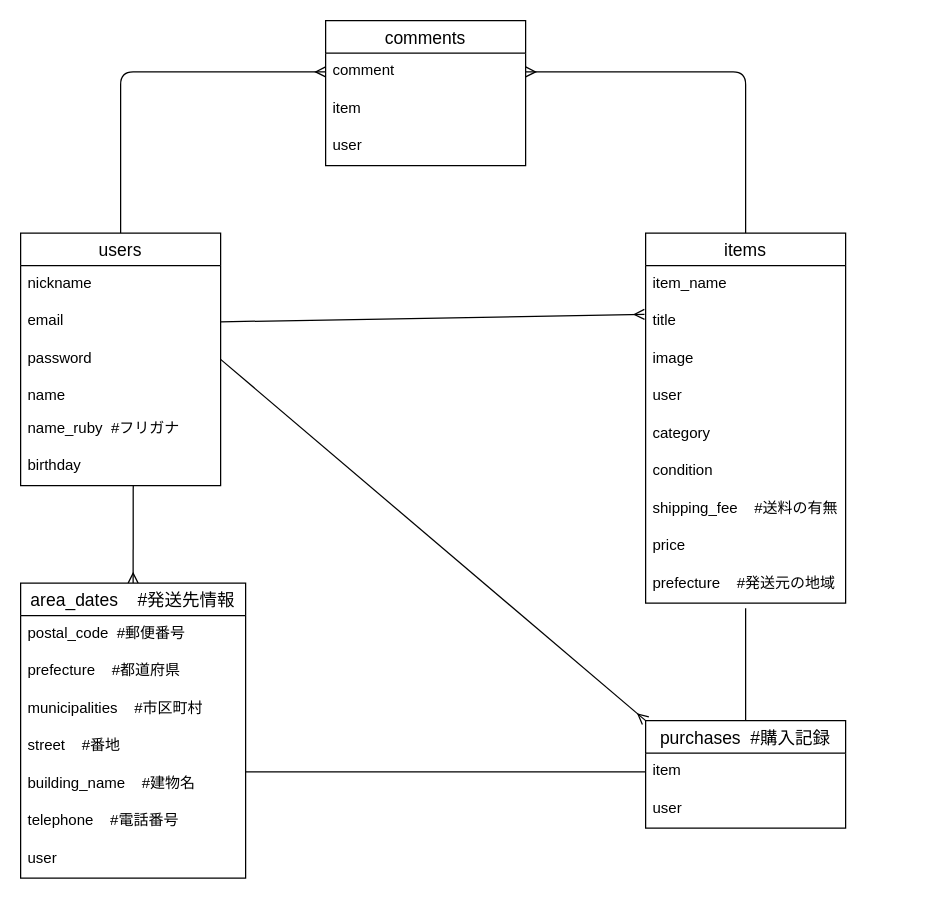
Before: furima.dio in KE1ok/furima-40602, a draw.io diagram. Source tidied: cells renumbered, new cells numbered last; positions are measured from the earlier drawing's top-left corner, leaving out a move shared by most shapes. Both pictures are drawn from the tidied source at 125%, with x=0, y=0 at pixel (20, 20).
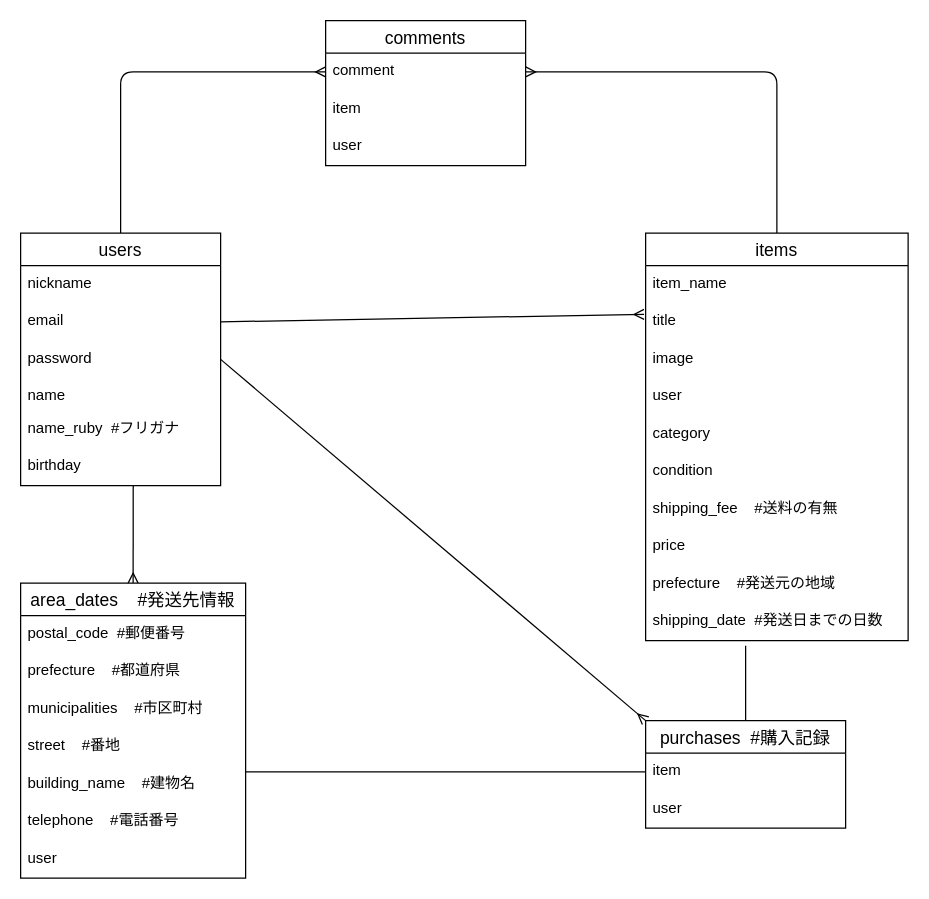
The same page after the edit.

Commit message (it also covers changes not shown here):
itemsテーブルカラムをActivehash用に変更

The change refers to these unchanged cells:
```xml
<mxCell id="26" value="purchases  #購入記録" style="swimlane;fontStyle=0;horizontal=1;startSize=26;align=center;fontSize=14;" parent="1" vertex="1">
  <mxGeometry x="500" y="560" width="160" height="86" as="geometry" />
</mxCell>
```

Diff of the diagram source:
```diff
@@
     <mxCell id="11" value="items" style="swimlane;fontStyle=0;horizontal=1;startSize=26;align=center;fontSize=14;" parent="1" vertex="1">
-      <mxGeometry x="500" y="170" width="160" height="296" as="geometry" />
+      <mxGeometry x="500" y="170" width="210" height="326" as="geometry" />
     </mxCell>
     <mxCell id="12" value="item_name" style="text;strokeColor=none;fillColor=none;spacingLeft=4;spacingRight=4;overflow=hidden;fontSize=12;" parent="11" vertex="1">
-      <mxGeometry y="26" width="160" height="30" as="geometry" />
+      <mxGeometry y="26" width="210" height="30" as="geometry" />
     </mxCell>
     <mxCell id="13" value="title" style="text;strokeColor=none;fillColor=none;spacingLeft=4;spacingRight=4;overflow=hidden;points=[[0,0.5],[1,0.5]];portConstraint=eastwest;fontSize=12;" parent="11" vertex="1">
-      <mxGeometry y="56" width="160" height="30" as="geometry" />
+      <mxGeometry y="56" width="210" height="30" as="geometry" />
     </mxCell>
     <mxCell id="14" value="image" style="text;strokeColor=none;fillColor=none;spacingLeft=4;spacingRight=4;overflow=hidden;fontSize=12;" parent="11" vertex="1">
-      <mxGeometry y="86" width="160" height="30" as="geometry" />
+      <mxGeometry y="86" width="210" height="30" as="geometry" />
     </mxCell>
     <mxCell id="15" value="user" style="text;strokeColor=none;fillColor=none;spacingLeft=4;spacingRight=4;overflow=hidden;fontSize=12;" parent="11" vertex="1">
-      <mxGeometry y="116" width="160" height="30" as="geometry" />
+      <mxGeometry y="116" width="210" height="30" as="geometry" />
     </mxCell>
     <mxCell id="16" value="category" style="text;strokeColor=none;fillColor=none;spacingLeft=4;spacingRight=4;overflow=hidden;fontSize=12;" parent="11" vertex="1">
-      <mxGeometry y="146" width="160" height="30" as="geometry" />
+      <mxGeometry y="146" width="210" height="30" as="geometry" />
     </mxCell>
     <mxCell id="17" value="condition" style="text;strokeColor=none;fillColor=none;spacingLeft=4;spacingRight=4;overflow=hidden;fontSize=12;" parent="11" vertex="1">
-      <mxGeometry y="176" width="160" height="30" as="geometry" />
+      <mxGeometry y="176" width="210" height="30" as="geometry" />
     </mxCell>
     <mxCell id="18" value="shipping_fee    #送料の有無" style="text;strokeColor=none;fillColor=none;spacingLeft=4;spacingRight=4;overflow=hidden;fontSize=12;" parent="11" vertex="1">
-      <mxGeometry y="206" width="160" height="30" as="geometry" />
+      <mxGeometry y="206" width="210" height="30" as="geometry" />
     </mxCell>
     <mxCell id="19" value="price" style="text;strokeColor=none;fillColor=none;spacingLeft=4;spacingRight=4;overflow=hidden;fontSize=12;" parent="11" vertex="1">
-      <mxGeometry y="236" width="160" height="30" as="geometry" />
+      <mxGeometry y="236" width="210" height="30" as="geometry" />
     </mxCell>
     <mxCell id="20" value="prefecture    #発送元の地域" style="text;strokeColor=none;fillColor=none;spacingLeft=4;spacingRight=4;overflow=hidden;fontSize=12;" parent="11" vertex="1">
-      <mxGeometry y="266" width="160" height="30" as="geometry" />
+      <mxGeometry y="266" width="210" height="30" as="geometry" />
     </mxCell>
+    <mxCell id="42" value="shipping_date  #発送日までの日数" style="text;strokeColor=none;fillColor=none;spacingLeft=4;spacingRight=4;overflow=hidden;fontSize=12;" parent="11" vertex="1">
+      <mxGeometry y="296" width="210" height="30" as="geometry" />
+    </mxCell>
@@
     <mxCell id="25" style="html=1;exitX=0.5;exitY=0;exitDx=0;exitDy=0;endArrow=none;endFill=0;" parent="1" edge="1" source="26">
       <mxGeometry relative="1" as="geometry">
-        <mxPoint x="580" y="470" as="targetPoint" />
+        <mxPoint x="580" y="500" as="targetPoint" />
       </mxGeometry>
     </mxCell>
```
